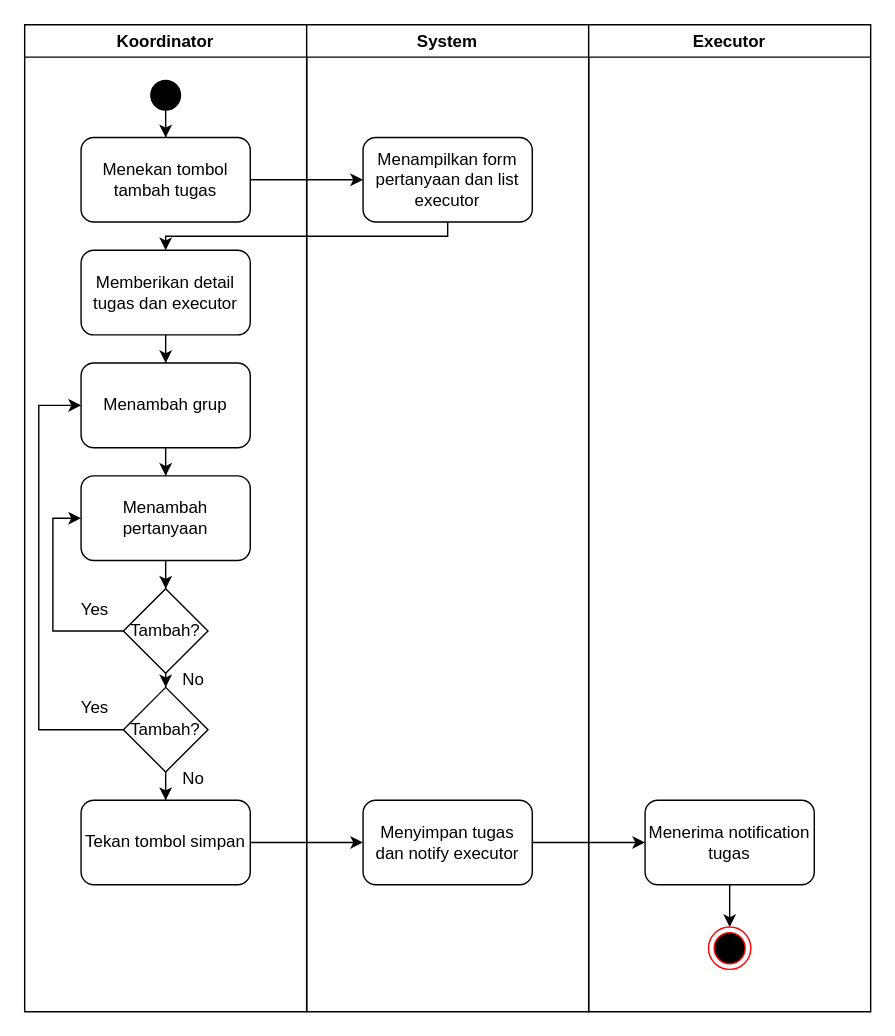
This is KOOR_BuatPertanyaan.drawio from X-TermiNation/Magang-Japfa-X-iSTTS, a draw.io file, before an edit. Source tidied: cells renumbered, new cells numbered last; positions are measured from the earlier drawing's top-left corner, leaving out a move shared by most shapes. Both pictures are drawn from the tidied source at 141%, with x=0, y=0 at pixel (24, 24).
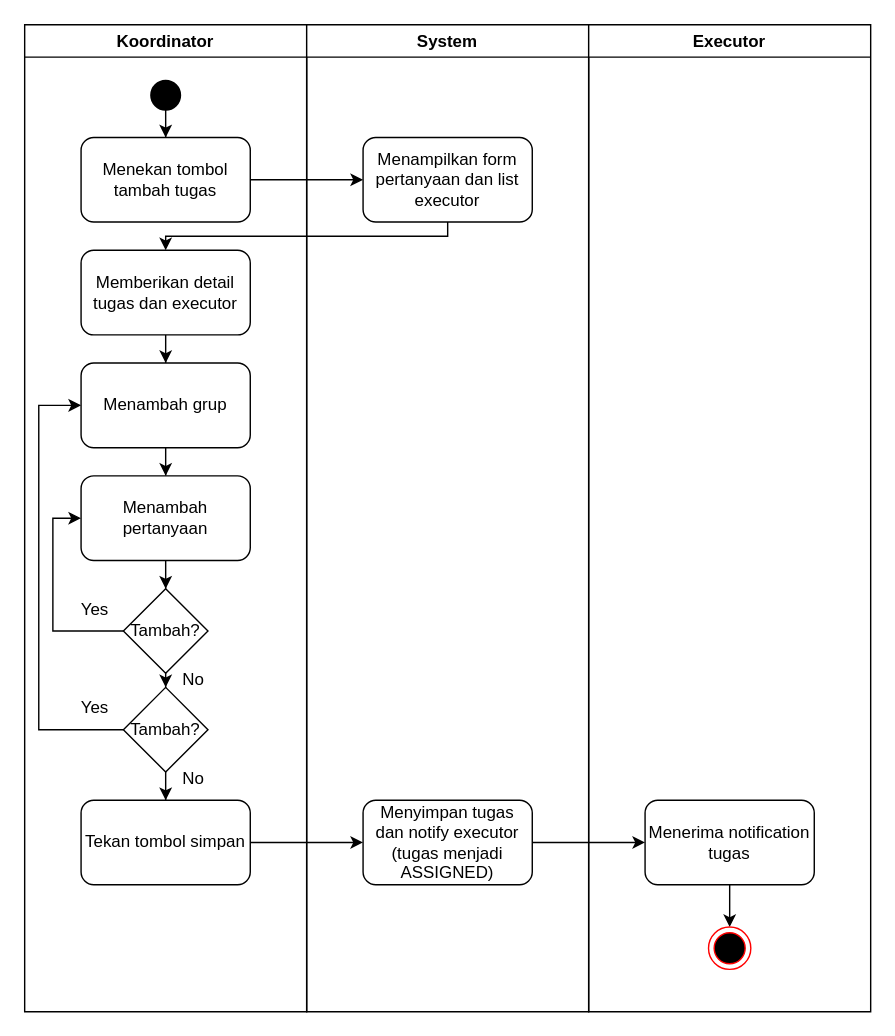
The same page after the edit.

The change refers to these unchanged cells:
```xml
<mxCell id="23" value="System" style="swimlane;" parent="1" vertex="1">
  <mxGeometry x="200" width="200" height="700" as="geometry" />
</mxCell>
```

What changed in the source:
```diff
@@
-    <mxCell id="25" value="Menyimpan tugas dan notify executor" style="whiteSpace=wrap;html=1;rounded=1;" parent="23" vertex="1">
+    <mxCell id="25" value="Menyimpan tugas dan notify executor (tugas menjadi ASSIGNED)" style="whiteSpace=wrap;html=1;rounded=1;" parent="23" vertex="1">
       <mxGeometry x="40" y="550" width="120" height="60" as="geometry" />
     </mxCell>
```
